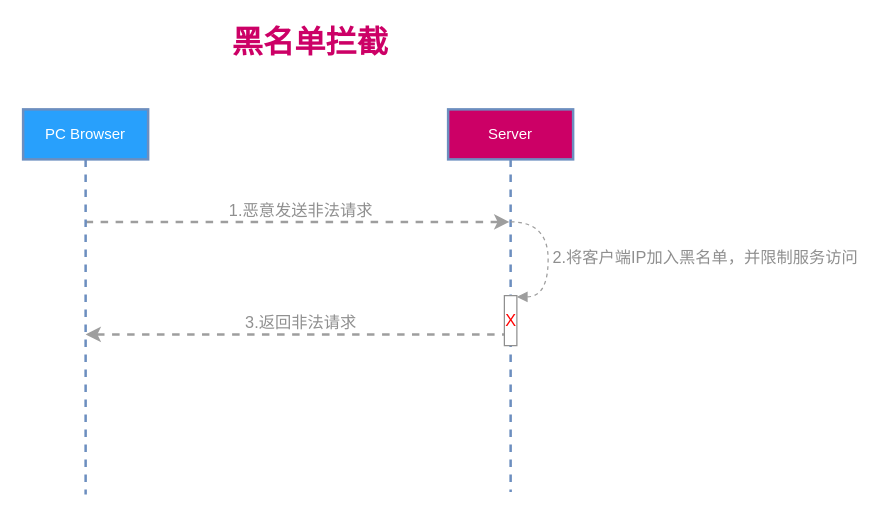
Above: 黑名单示意图.drawio in ammengke/my-drawio (draw.io), before the change. Source tidied: cells renumbered, new cells numbered last; positions are measured from the earlier drawing's top-left corner, leaving out a move shared by most shapes. Both pictures are drawn from the tidied source at 125%, with x=0, y=0 at pixel (22, 21).
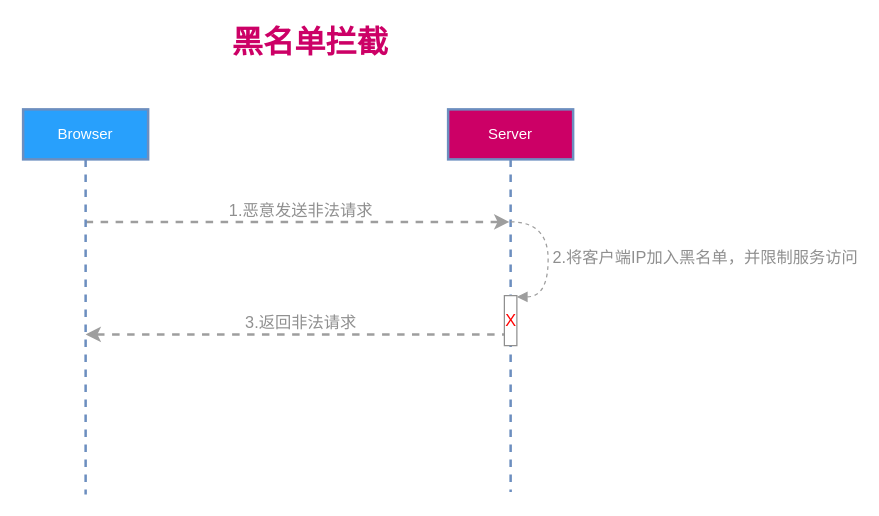
After the change.

Commit message:
更新黑名单示意图.drawio

What changed in the source:
```diff
@@
 <mxGraphModel>
   <root>
     <mxCell id="0" />
     <mxCell id="1" parent="0" />
     <mxCell id="2" style="edgeStyle=orthogonalEdgeStyle;rounded=0;jettySize=auto;html=1;fontSize=25;fontColor=#CC0066;dashed=1;strokeColor=#9E9E9E;strokeWidth=2;" parent="1" edge="1" source="4" target="7">
       <mxGeometry relative="1" as="geometry">
         <Array as="points">
           <mxPoint x="220" y="160" />
           <mxPoint x="220" y="160" />
         </Array>
       </mxGeometry>
     </mxCell>
     <mxCell id="3" value="1.恶意发送非法请求" style="edgeLabel;html=1;align=center;verticalAlign=middle;fontSize=13;fontColor=#8F8F8F;" parent="2" vertex="1">
       <mxGeometry x="-0.27" relative="1" as="geometry">
         <mxPoint x="47" y="-10" as="offset" />
       </mxGeometry>
     </mxCell>
-    <mxCell id="4" value="PC Browser" style="shape=umlLifeline;perimeter=lifelinePerimeter;whiteSpace=wrap;html=1;outlineConnect=0;fillColor=#28A0FC;strokeColor=#6c8ebf;fontColor=#FFFFFF;strokeWidth=2;" parent="1" vertex="1">
+    <mxCell id="4" value="Browser" style="shape=umlLifeline;perimeter=lifelinePerimeter;whiteSpace=wrap;html=1;outlineConnect=0;fillColor=#28A0FC;strokeColor=#6c8ebf;fontColor=#FFFFFF;strokeWidth=2;" parent="1" vertex="1">
       <mxGeometry y="70" width="100" height="308" as="geometry" />
     </mxCell>
     <mxCell id="5" style="edgeStyle=orthogonalEdgeStyle;curved=1;rounded=0;jettySize=auto;html=1;dashed=1;strokeColor=#9E9E9E;fontSize=13;fontColor=#8F8F8F;strokeWidth=2;" parent="1" edge="1" source="7" target="4">
       <mxGeometry relative="1" as="geometry">
         <Array as="points">
           <mxPoint x="250" y="250" />
           <mxPoint x="250" y="250" />
         </Array>
       </mxGeometry>
     </mxCell>
     <mxCell id="6" value="3.返回非法请求" style="edgeLabel;html=1;align=center;verticalAlign=middle;fontSize=13;fontColor=#8F8F8F;" parent="5" vertex="1">
       <mxGeometry x="-0.14" relative="1" as="geometry">
         <mxPoint x="-22" y="-11" as="offset" />
       </mxGeometry>
     </mxCell>
     <mxCell id="7" value="Server" style="shape=umlLifeline;perimeter=lifelinePerimeter;whiteSpace=wrap;html=1;outlineConnect=0;fillColor=#CC0066;strokeColor=#6c8ebf;fontColor=#FFFFFF;strokeWidth=2;" parent="1" vertex="1">
       <mxGeometry x="340" y="70" width="100" height="306" as="geometry" />
     </mxCell>
     <mxCell id="8" value="X" style="html=1;perimeter=orthogonalPerimeter;fontSize=13;fontColor=#FF0000;fillColor=#FFFFFF;strokeColor=#8F8F8F;" parent="7" vertex="1">
       <mxGeometry x="45" y="149" width="10" height="40" as="geometry" />
     </mxCell>
     <mxCell id="9" value="2.将客户端IP加入黑名单，并限制服务访问" style="edgeStyle=orthogonalEdgeStyle;html=1;align=left;spacingLeft=2;endArrow=block;rounded=0;entryX=1;entryY=0;dashed=1;strokeColor=#9E9E9E;fontSize=13;fontColor=#8F8F8F;curved=1;" parent="7" edge="1">
       <mxGeometry relative="1" as="geometry">
         <mxPoint x="50" y="90" as="sourcePoint" />
         <mxPoint x="55" y="150" as="targetPoint" />
         <Array as="points">
           <mxPoint x="80" y="90" />
           <mxPoint x="80" y="150" />
         </Array>
       </mxGeometry>
     </mxCell>
     <mxCell id="10" value="黑名单拦截" style="text;html=1;strokeColor=none;fillColor=none;align=center;verticalAlign=middle;whiteSpace=wrap;rounded=0;fontColor=#CC0066;fontSize=25;fontStyle=1;" parent="1" vertex="1">
       <mxGeometry x="50" width="360" height="30" as="geometry" />
     </mxCell>
   </root>
 </mxGraphModel>
```
